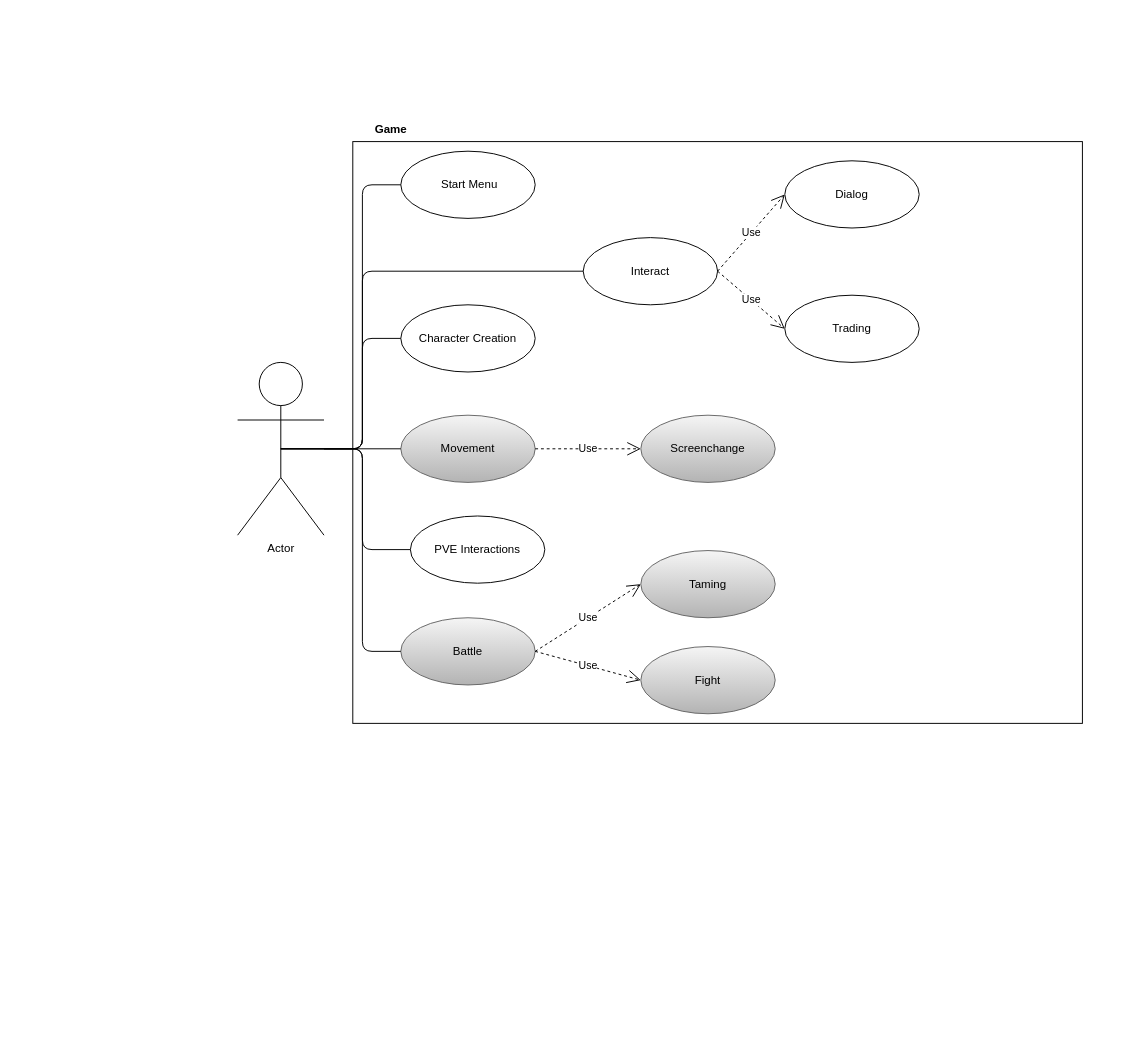
Earlier version of the draw.io diagram use_cases.drawio (LittleBeasts/documentation). Source tidied: cells renumbered, new cells numbered last; positions are measured from the earlier drawing's top-left corner, leaving out a move shared by most shapes. Both pictures are drawn from the tidied source at 96%, with x=0, y=0 at pixel (237, 116).
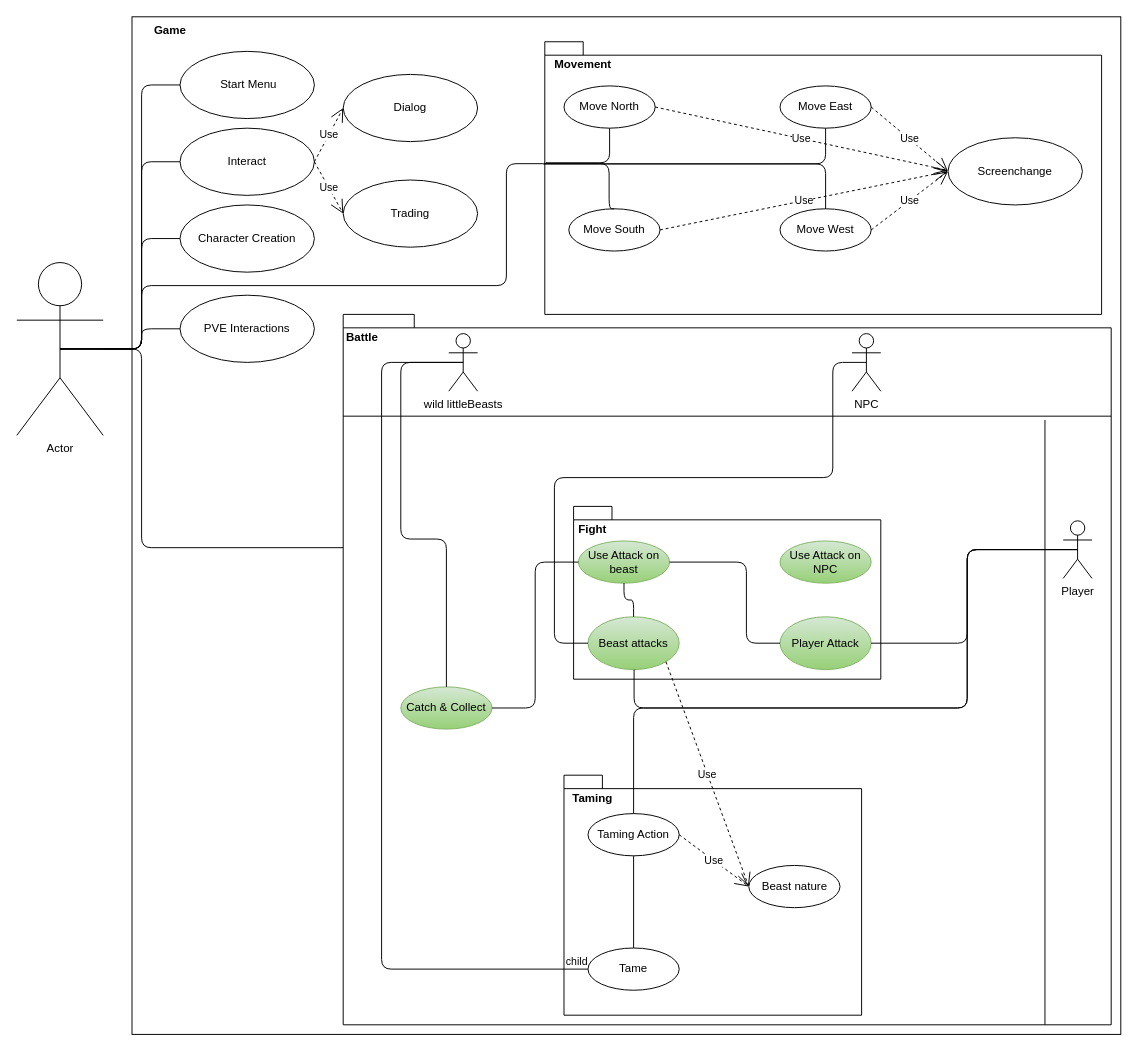
The same page after the edit.

The edit, as a diff of the source:
```diff
@@
     <mxCell id="2" value="Actor" style="shape=umlActor;verticalLabelPosition=bottom;verticalAlign=top;html=1;outlineConnect=0;" parent="1" vertex="1">
-      <mxGeometry y="256" width="90" height="180" as="geometry" />
+      <mxGeometry x="-230" y="152" width="90" height="180" as="geometry" />
     </mxCell>
     <mxCell id="3" style="html=1;" parent="1" vertex="1">
-      <mxGeometry x="120" y="26" width="760" height="606" as="geometry" />
+      <mxGeometry x="-110" y="-104" width="1030" height="1060" as="geometry" />
     </mxCell>
     <mxCell id="4" value="Game" style="text;align=center;fontStyle=1;verticalAlign=middle;spacingLeft=3;spacingRight=3;strokeColor=none;" parent="1" vertex="1">
-      <mxGeometry x="120" width="80" height="26" as="geometry" />
+      <mxGeometry x="-110" y="-104" width="80" height="26" as="geometry" />
     </mxCell>
-    <mxCell id="5" value="Movement" style="ellipse;whiteSpace=wrap;html=1;fillColor=#f5f5f5;gradientColor=#b3b3b3;strokeColor=#666666;" parent="1" vertex="1">
-      <mxGeometry x="170" y="311" width="140" height="70" as="geometry" />
-    </mxCell>
-    <mxCell id="6" value="Taming" style="ellipse;whiteSpace=wrap;html=1;gradientColor=#b3b3b3;fillColor=#f5f5f5;strokeColor=#666666;" parent="1" vertex="1">
-      <mxGeometry x="420" y="452" width="140" height="70" as="geometry" />
-    </mxCell>
-    <mxCell id="7" value="Battle" style="ellipse;whiteSpace=wrap;html=1;fillColor=#f5f5f5;gradientColor=#b3b3b3;strokeColor=#666666;" parent="1" vertex="1">
-      <mxGeometry x="170" y="522" width="140" height="70" as="geometry" />
-    </mxCell>
     <mxCell id="8" value="&lt;div&gt;&amp;nbsp;Start Menu&lt;/div&gt;" style="ellipse;whiteSpace=wrap;html=1;" parent="1" vertex="1">
-      <mxGeometry x="170" y="36" width="140" height="70" as="geometry" />
+      <mxGeometry x="-60" y="-68" width="140" height="70" as="geometry" />
     </mxCell>
-    <mxCell id="9" value="Fight" style="ellipse;whiteSpace=wrap;html=1;gradientColor=#b3b3b3;fillColor=#f5f5f5;strokeColor=#666666;" parent="1" vertex="1">
-      <mxGeometry x="420" y="552" width="140" height="70" as="geometry" />
-    </mxCell>
-    <mxCell id="10" style="endArrow=none;html=1;edgeStyle=orthogonalEdgeStyle;exitX=0.5;exitY=0.5;exitDx=0;exitDy=0;exitPerimeter=0;" parent="1" edge="1" source="2" target="5">
-      <mxGeometry relative="1" as="geometry" />
-    </mxCell>
@@
-    <mxCell id="12" style="endArrow=none;html=1;edgeStyle=orthogonalEdgeStyle;entryX=0;entryY=0.5;entryDx=0;entryDy=0;" parent="1" edge="1" source="2" target="7">
-      <mxGeometry relative="1" as="geometry" />
-    </mxCell>
-    <mxCell id="13" value="Use" style="endArrow=open;endSize=12;dashed=1;html=1;exitX=1;exitY=0.5;exitDx=0;exitDy=0;entryX=0;entryY=0.5;entryDx=0;entryDy=0;" parent="1" edge="1" source="7" target="6">
-      <mxGeometry relative="1" as="geometry" />
-    </mxCell>
-    <mxCell id="14" value="Use" style="endArrow=open;endSize=12;dashed=1;html=1;exitX=1;exitY=0.5;exitDx=0;exitDy=0;entryX=0;entryY=0.5;entryDx=0;entryDy=0;" parent="1" edge="1" source="7" target="9">
-      <mxGeometry relative="1" as="geometry" />
-    </mxCell>
     <mxCell id="15" value="Interact" style="ellipse;whiteSpace=wrap;html=1;" parent="1" vertex="1">
-      <mxGeometry x="360" y="126" width="140" height="70" as="geometry" />
+      <mxGeometry x="-60" y="12" width="140" height="70" as="geometry" />
     </mxCell>
     <mxCell id="16" style="endArrow=none;html=1;edgeStyle=orthogonalEdgeStyle;exitX=0.5;exitY=0.5;exitDx=0;exitDy=0;exitPerimeter=0;entryX=0;entryY=0.5;entryDx=0;entryDy=0;" parent="1" edge="1" source="2" target="15">
       <mxGeometry relative="1" as="geometry">
         <Array as="points">
-          <mxPoint x="130" y="346" />
-          <mxPoint x="130" y="161" />
+          <mxPoint x="-100" y="242" />
+          <mxPoint x="-100" y="47" />
         </Array>
       </mxGeometry>
     </mxCell>
     <mxCell id="17" value="Dialog" style="ellipse;whiteSpace=wrap;html=1;" parent="1" vertex="1">
-      <mxGeometry x="570" y="46" width="140" height="70" as="geometry" />
+      <mxGeometry x="110" y="-44" width="140" height="70" as="geometry" />
     </mxCell>
     <mxCell id="18" value="Trading" style="ellipse;whiteSpace=wrap;html=1;" parent="1" vertex="1">
-      <mxGeometry x="570" y="186" width="140" height="70" as="geometry" />
+      <mxGeometry x="110" y="66" width="140" height="70" as="geometry" />
     </mxCell>
@@
-    <mxCell id="21" value="Screenchange" style="ellipse;whiteSpace=wrap;html=1;gradientColor=#b3b3b3;fillColor=#f5f5f5;strokeColor=#666666;" parent="1" vertex="1">
-      <mxGeometry x="420" y="311" width="140" height="70" as="geometry" />
-    </mxCell>
-    <mxCell id="22" value="Use" style="endArrow=open;endSize=12;dashed=1;html=1;exitX=1;exitY=0.5;exitDx=0;exitDy=0;entryX=0;entryY=0.5;entryDx=0;entryDy=0;" parent="1" edge="1" source="5" target="21">
-      <mxGeometry relative="1" as="geometry" />
-    </mxCell>
     <mxCell id="23" value="Character Creation" style="ellipse;whiteSpace=wrap;html=1;strokeColor=#000000;" parent="1" vertex="1">
-      <mxGeometry x="170" y="196" width="140" height="70" as="geometry" />
+      <mxGeometry x="-60" y="92" width="140" height="70" as="geometry" />
     </mxCell>
@@
     <mxCell id="25" value="PVE Interactions" style="ellipse;whiteSpace=wrap;html=1;strokeColor=#000000;" parent="1" vertex="1">
-      <mxGeometry x="180" y="416" width="140" height="70" as="geometry" />
+      <mxGeometry x="-60" y="186" width="140" height="70" as="geometry" />
     </mxCell>
     <mxCell id="26" style="endArrow=none;html=1;edgeStyle=orthogonalEdgeStyle;exitX=0.5;exitY=0.5;exitDx=0;exitDy=0;exitPerimeter=0;entryX=0;entryY=0.5;entryDx=0;entryDy=0;" parent="1" edge="1" source="2" target="25">
       <mxGeometry relative="1" as="geometry">
         <Array as="points">
-          <mxPoint x="130" y="346" />
-          <mxPoint x="130" y="451" />
+          <mxPoint x="-100" y="242" />
+          <mxPoint x="-100" y="221" />
         </Array>
       </mxGeometry>
     </mxCell>
+    <mxCell id="27" style="shape=folder;fontStyle=1;spacingTop=10;tabWidth=40;tabHeight=14;tabPosition=left;html=1;" parent="1" vertex="1">
+      <mxGeometry x="110" y="206" width="800" height="740" as="geometry" />
+    </mxCell>
+    <mxCell id="7" value="Battle" style="text;align=center;fontStyle=1;verticalAlign=middle;spacingLeft=3;spacingRight=3;strokeColor=none;points=[[0,0.5],[1,0.5]];portConstraint=eastwest;" parent="1" vertex="1">
+      <mxGeometry x="90" y="216" width="80" height="26" as="geometry" />
+    </mxCell>
+    <mxCell id="28" style="line;strokeWidth=1;fillColor=none;align=left;verticalAlign=middle;spacingTop=-1;spacingLeft=3;spacingRight=3;labelPosition=right;" parent="1" vertex="1">
+      <mxGeometry x="110" y="308" width="800" height="8" as="geometry" />
+    </mxCell>
+    <mxCell id="29" style="line;strokeWidth=1;fillColor=none;align=left;verticalAlign=middle;spacingTop=-1;spacingLeft=3;spacingRight=3;labelPosition=right;direction=south;" parent="1" vertex="1">
+      <mxGeometry x="840" y="316" width="2" height="630" as="geometry" />
+    </mxCell>
+    <mxCell id="30" value="Player" style="shape=umlActor;verticalLabelPosition=bottom;verticalAlign=top;html=1;" parent="1" vertex="1">
+      <mxGeometry x="860" y="421" width="30" height="60" as="geometry" />
+    </mxCell>
+    <mxCell id="31" value="&lt;div&gt;NPC&lt;/div&gt;" style="shape=umlActor;verticalLabelPosition=bottom;verticalAlign=top;html=1;" parent="1" vertex="1">
+      <mxGeometry x="640" y="226" width="30" height="60" as="geometry" />
+    </mxCell>
+    <mxCell id="32" value="wild littleBeasts" style="shape=umlActor;verticalLabelPosition=bottom;verticalAlign=top;html=1;" parent="1" vertex="1">
+      <mxGeometry x="220" y="226" width="30" height="60" as="geometry" />
+    </mxCell>
+    <mxCell id="33" style="shape=folder;fontStyle=1;spacingTop=10;tabWidth=40;tabHeight=14;tabPosition=left;html=1;" parent="1" vertex="1">
+      <mxGeometry x="350" y="406" width="320" height="180" as="geometry" />
+    </mxCell>
+    <mxCell id="9" value="Fight" style="text;align=center;fontStyle=1;verticalAlign=middle;spacingLeft=3;spacingRight=3;strokeColor=none;points=[[0,0.5],[1,0.5]];portConstraint=eastwest;" parent="1" vertex="1">
+      <mxGeometry x="330" y="416" width="80" height="26" as="geometry" />
+    </mxCell>
+    <mxCell id="34" value="Use Attack on beast" style="ellipse;whiteSpace=wrap;html=1;gradientColor=#97d077;fillColor=#d5e8d4;strokeColor=#82b366;" parent="1" vertex="1">
+      <mxGeometry x="355" y="442" width="95" height="44" as="geometry" />
+    </mxCell>
+    <mxCell id="35" value="Use Attack on NPC" style="ellipse;whiteSpace=wrap;html=1;gradientColor=#97d077;fillColor=#d5e8d4;strokeColor=#82b366;" parent="1" vertex="1">
+      <mxGeometry x="565" y="442" width="95" height="44" as="geometry" />
+    </mxCell>
+    <mxCell id="36" value="Beast attacks" style="ellipse;whiteSpace=wrap;html=1;gradientColor=#97d077;fillColor=#d5e8d4;strokeColor=#82b366;" parent="1" vertex="1">
+      <mxGeometry x="365" y="521" width="95" height="55" as="geometry" />
+    </mxCell>
+    <mxCell id="37" value="Player Attack" style="ellipse;whiteSpace=wrap;html=1;gradientColor=#97d077;fillColor=#d5e8d4;strokeColor=#82b366;" parent="1" vertex="1">
+      <mxGeometry x="565" y="521" width="95" height="55" as="geometry" />
+    </mxCell>
+    <mxCell id="38" value="Catch &amp;amp; Collect" style="ellipse;whiteSpace=wrap;html=1;fillColor=#d5e8d4;strokeColor=#82b366;gradientColor=#97d077;" parent="1" vertex="1">
+      <mxGeometry x="170" y="594" width="95" height="44" as="geometry" />
+    </mxCell>
+    <mxCell id="39" style="endArrow=none;html=1;edgeStyle=orthogonalEdgeStyle;entryX=1;entryY=0.5;entryDx=0;entryDy=0;exitX=0.5;exitY=0.5;exitDx=0;exitDy=0;exitPerimeter=0;" parent="1" edge="1" source="30" target="37">
+      <mxGeometry relative="1" as="geometry" />
+    </mxCell>
+    <mxCell id="40" style="endArrow=none;html=1;edgeStyle=orthogonalEdgeStyle;entryX=0.5;entryY=0.5;entryDx=0;entryDy=0;entryPerimeter=0;" parent="1" edge="1" target="30">
+      <mxGeometry relative="1" as="geometry">
+        <mxPoint x="413" y="576" as="sourcePoint" />
+        <Array as="points">
+          <mxPoint x="413" y="616" />
+          <mxPoint x="760" y="616" />
+          <mxPoint x="760" y="451" />
+        </Array>
+      </mxGeometry>
+    </mxCell>
+    <mxCell id="41" style="endArrow=none;html=1;edgeStyle=orthogonalEdgeStyle;exitX=0.5;exitY=1;exitDx=0;exitDy=0;entryX=0.5;entryY=0;entryDx=0;entryDy=0;" parent="1" edge="1" source="34" target="36">
+      <mxGeometry relative="1" as="geometry" />
+    </mxCell>
+    <mxCell id="42" style="endArrow=none;html=1;edgeStyle=orthogonalEdgeStyle;exitX=0;exitY=0.5;exitDx=0;exitDy=0;entryX=1;entryY=0.5;entryDx=0;entryDy=0;" parent="1" edge="1" source="37" target="34">
+      <mxGeometry relative="1" as="geometry">
+        <Array as="points">
+          <mxPoint x="530" y="548" />
+          <mxPoint x="530" y="464" />
+        </Array>
+      </mxGeometry>
+    </mxCell>
+    <mxCell id="43" style="endArrow=none;html=1;edgeStyle=orthogonalEdgeStyle;exitX=0;exitY=0.5;exitDx=0;exitDy=0;entryX=0.5;entryY=0.5;entryDx=0;entryDy=0;entryPerimeter=0;" parent="1" edge="1" source="36" target="31">
+      <mxGeometry relative="1" as="geometry">
+        <Array as="points">
+          <mxPoint x="330" y="548" />
+          <mxPoint x="330" y="376" />
+          <mxPoint x="620" y="376" />
+          <mxPoint x="620" y="256" />
+        </Array>
+      </mxGeometry>
+    </mxCell>
+    <mxCell id="44" style="endArrow=none;html=1;edgeStyle=orthogonalEdgeStyle;exitX=0.5;exitY=0;exitDx=0;exitDy=0;entryX=0.5;entryY=0.5;entryDx=0;entryDy=0;entryPerimeter=0;" parent="1" edge="1" source="38" target="32">
+      <mxGeometry relative="1" as="geometry">
+        <Array as="points">
+          <mxPoint x="217" y="440" />
+          <mxPoint x="170" y="440" />
+          <mxPoint x="170" y="256" />
+        </Array>
+      </mxGeometry>
+    </mxCell>
+    <mxCell id="45" style="endArrow=none;html=1;edgeStyle=orthogonalEdgeStyle;exitX=0;exitY=0.5;exitDx=0;exitDy=0;entryX=1;entryY=0.5;entryDx=0;entryDy=0;" parent="1" edge="1" source="34" target="38">
+      <mxGeometry relative="1" as="geometry" />
+    </mxCell>
+    <mxCell id="46" style="shape=folder;fontStyle=1;spacingTop=10;tabWidth=40;tabHeight=14;tabPosition=left;html=1;" parent="1" vertex="1">
+      <mxGeometry x="340" y="686" width="310" height="250" as="geometry" />
+    </mxCell>
+    <mxCell id="6" value="Taming" style="text;align=center;fontStyle=1;verticalAlign=middle;spacingLeft=3;spacingRight=3;strokeColor=none;points=[[0,0.5],[1,0.5]];portConstraint=eastwest;" parent="1" vertex="1">
+      <mxGeometry x="330" y="696" width="80" height="26" as="geometry" />
+    </mxCell>
+    <mxCell id="47" value="Taming Action" style="ellipse;whiteSpace=wrap;html=1;" parent="1" vertex="1">
+      <mxGeometry x="365" y="726" width="95" height="44" as="geometry" />
+    </mxCell>
+    <mxCell id="48" value="Tame" style="ellipse;whiteSpace=wrap;html=1;" parent="1" vertex="1">
+      <mxGeometry x="365" y="866" width="95" height="44" as="geometry" />
+    </mxCell>
+    <mxCell id="49" value="Beast nature" style="ellipse;whiteSpace=wrap;html=1;" parent="1" vertex="1">
+      <mxGeometry x="532.5" y="780" width="95" height="44" as="geometry" />
+    </mxCell>
+    <mxCell id="50" style="endArrow=none;html=1;edgeStyle=orthogonalEdgeStyle;exitX=0.5;exitY=1;exitDx=0;exitDy=0;entryX=0.5;entryY=0;entryDx=0;entryDy=0;" parent="1" edge="1" source="47" target="48">
+      <mxGeometry relative="1" as="geometry" />
+    </mxCell>
+    <mxCell id="51" style="endArrow=none;html=1;edgeStyle=orthogonalEdgeStyle;entryX=0;entryY=0.5;entryDx=0;entryDy=0;exitX=0.5;exitY=0.5;exitDx=0;exitDy=0;exitPerimeter=0;" parent="1" edge="1" source="32" target="48">
+      <mxGeometry relative="1" as="geometry">
+        <Array as="points">
+          <mxPoint x="150" y="256" />
+          <mxPoint x="150" y="888" />
+        </Array>
+      </mxGeometry>
+    </mxCell>
+    <mxCell id="52" value="child" style="edgeLabel;html=1;align=right;verticalAlign=bottom;" parent="51" vertex="1">
+      <mxGeometry x="1" relative="1" as="geometry" />
+    </mxCell>
+    <mxCell id="53" value="Use" style="endArrow=open;endSize=12;dashed=1;html=1;exitX=1;exitY=0.5;exitDx=0;exitDy=0;entryX=0;entryY=0.5;entryDx=0;entryDy=0;" parent="1" edge="1" source="47" target="49">
+      <mxGeometry relative="1" as="geometry" />
+    </mxCell>
+    <mxCell id="54" style="endArrow=none;html=1;edgeStyle=orthogonalEdgeStyle;exitX=0.5;exitY=0;exitDx=0;exitDy=0;entryX=0.5;entryY=0.5;entryDx=0;entryDy=0;entryPerimeter=0;" parent="1" edge="1" source="47" target="30">
+      <mxGeometry relative="1" as="geometry">
+        <Array as="points">
+          <mxPoint x="413" y="616" />
+          <mxPoint x="760" y="616" />
+          <mxPoint x="760" y="451" />
+        </Array>
+      </mxGeometry>
+    </mxCell>
+    <mxCell id="55" style="endArrow=none;html=1;edgeStyle=orthogonalEdgeStyle;exitX=0.5;exitY=0.5;exitDx=0;exitDy=0;exitPerimeter=0;entryX=0;entryY=0;entryDx=0;entryDy=243;entryPerimeter=0;" parent="1" edge="1" source="2" target="27">
+      <mxGeometry relative="1" as="geometry">
+        <Array as="points">
+          <mxPoint x="-100" y="242" />
+          <mxPoint x="-100" y="449" />
+        </Array>
+      </mxGeometry>
+    </mxCell>
+    <mxCell id="56" style="shape=folder;fontStyle=1;spacingTop=10;tabWidth=40;tabHeight=14;tabPosition=left;html=1;" parent="1" vertex="1">
+      <mxGeometry x="320" y="-78" width="580" height="284" as="geometry" />
+    </mxCell>
+    <mxCell id="57" value="Move North" style="ellipse;whiteSpace=wrap;html=1;" parent="1" vertex="1">
+      <mxGeometry x="340" y="-32" width="95" height="44" as="geometry" />
+    </mxCell>
+    <mxCell id="58" value="Move South" style="ellipse;whiteSpace=wrap;html=1;" parent="1" vertex="1">
+      <mxGeometry x="345" y="96" width="95" height="44" as="geometry" />
+    </mxCell>
+    <mxCell id="59" value="Move East" style="ellipse;whiteSpace=wrap;html=1;" parent="1" vertex="1">
+      <mxGeometry x="565" y="-32" width="95" height="44" as="geometry" />
+    </mxCell>
+    <mxCell id="60" value="Move West" style="ellipse;whiteSpace=wrap;html=1;" parent="1" vertex="1">
+      <mxGeometry x="565" y="96" width="95" height="44" as="geometry" />
+    </mxCell>
+    <mxCell id="21" value="Screenchange" style="ellipse;whiteSpace=wrap;html=1;" parent="1" vertex="1">
+      <mxGeometry x="740" y="22" width="140" height="70" as="geometry" />
+    </mxCell>
+    <mxCell id="5" value="Movement" style="text;align=center;fontStyle=1;verticalAlign=middle;spacingLeft=3;spacingRight=3;strokeColor=none;points=[[0,0.5],[1,0.5]];portConstraint=eastwest;" parent="1" vertex="1">
+      <mxGeometry x="320" y="-68" width="80" height="26" as="geometry" />
+    </mxCell>
+    <mxCell id="61" style="endArrow=none;html=1;edgeStyle=orthogonalEdgeStyle;exitX=0.5;exitY=0.5;exitDx=0;exitDy=0;exitPerimeter=0;" parent="1" edge="1" source="2">
+      <mxGeometry relative="1" as="geometry">
+        <mxPoint x="318" y="49" as="targetPoint" />
+        <Array as="points">
+          <mxPoint x="-100" y="242" />
+          <mxPoint x="-100" y="176" />
+          <mxPoint x="280" y="176" />
+          <mxPoint x="280" y="49" />
+        </Array>
+      </mxGeometry>
+    </mxCell>
+    <mxCell id="62" style="endArrow=none;html=1;edgeStyle=orthogonalEdgeStyle;exitX=0.5;exitY=1;exitDx=0;exitDy=0;entryX=0.002;entryY=0.444;entryDx=0;entryDy=0;entryPerimeter=0;" parent="1" edge="1" source="57" target="56">
+      <mxGeometry relative="1" as="geometry">
+        <Array as="points">
+          <mxPoint x="387" y="48" />
+        </Array>
+      </mxGeometry>
+    </mxCell>
+    <mxCell id="63" style="endArrow=none;html=1;edgeStyle=orthogonalEdgeStyle;exitX=0.5;exitY=0;exitDx=0;exitDy=0;entryX=-0.002;entryY=0.446;entryDx=0;entryDy=0;entryPerimeter=0;" parent="1" edge="1" source="58" target="56">
+      <mxGeometry relative="1" as="geometry">
+        <Array as="points">
+          <mxPoint x="387" y="96" />
+          <mxPoint x="387" y="49" />
+        </Array>
+      </mxGeometry>
+    </mxCell>
+    <mxCell id="64" style="endArrow=none;html=1;edgeStyle=orthogonalEdgeStyle;exitX=0.5;exitY=0;exitDx=0;exitDy=0;entryX=-0.002;entryY=0.448;entryDx=0;entryDy=0;entryPerimeter=0;" parent="1" edge="1" source="60" target="56">
+      <mxGeometry relative="1" as="geometry">
+        <Array as="points">
+          <mxPoint x="613" y="49" />
+        </Array>
+      </mxGeometry>
+    </mxCell>
+    <mxCell id="65" style="endArrow=none;html=1;edgeStyle=orthogonalEdgeStyle;exitX=0.5;exitY=1;exitDx=0;exitDy=0;entryX=-0.003;entryY=0.448;entryDx=0;entryDy=0;entryPerimeter=0;" parent="1" edge="1" source="59" target="56">
+      <mxGeometry relative="1" as="geometry">
+        <Array as="points">
+          <mxPoint x="613" y="49" />
+        </Array>
+      </mxGeometry>
+    </mxCell>
+    <mxCell id="66" value="Use" style="endArrow=open;endSize=12;dashed=1;html=1;exitX=1;exitY=0.5;exitDx=0;exitDy=0;entryX=0;entryY=0.5;entryDx=0;entryDy=0;" parent="1" edge="1" source="58" target="21">
+      <mxGeometry relative="1" as="geometry" />
+    </mxCell>
+    <mxCell id="67" value="Use" style="endArrow=open;endSize=12;dashed=1;html=1;exitX=1;exitY=0.5;exitDx=0;exitDy=0;" parent="1" edge="1" source="57">
+      <mxGeometry relative="1" as="geometry">
+        <mxPoint x="740" y="56" as="targetPoint" />
+      </mxGeometry>
+    </mxCell>
+    <mxCell id="68" value="Use" style="endArrow=open;endSize=12;dashed=1;html=1;exitX=1;exitY=0.5;exitDx=0;exitDy=0;entryX=0;entryY=0.5;entryDx=0;entryDy=0;" parent="1" edge="1" source="59" target="21">
+      <mxGeometry relative="1" as="geometry" />
+    </mxCell>
+    <mxCell id="69" value="Use" style="endArrow=open;endSize=12;dashed=1;html=1;exitX=1;exitY=0.5;exitDx=0;exitDy=0;entryX=0;entryY=0.5;entryDx=0;entryDy=0;" parent="1" edge="1" source="60" target="21">
+      <mxGeometry relative="1" as="geometry" />
+    </mxCell>
+    <mxCell id="70" value="Use" style="endArrow=open;endSize=12;dashed=1;html=1;exitX=1;exitY=1;exitDx=0;exitDy=0;entryX=0;entryY=0.5;entryDx=0;entryDy=0;" parent="1" edge="1" source="36" target="49">
+      <mxGeometry relative="1" as="geometry" />
+    </mxCell>
+    <mxCell id="71" style="edgeStyle=orthogonalEdgeStyle;rounded=0;orthogonalLoop=1;jettySize=auto;html=1;exitX=0.5;exitY=1;exitDx=0;exitDy=0;exitPerimeter=0;" parent="1" edge="1" source="27" target="27">
+      <mxGeometry relative="1" as="geometry" />
+    </mxCell>
```
